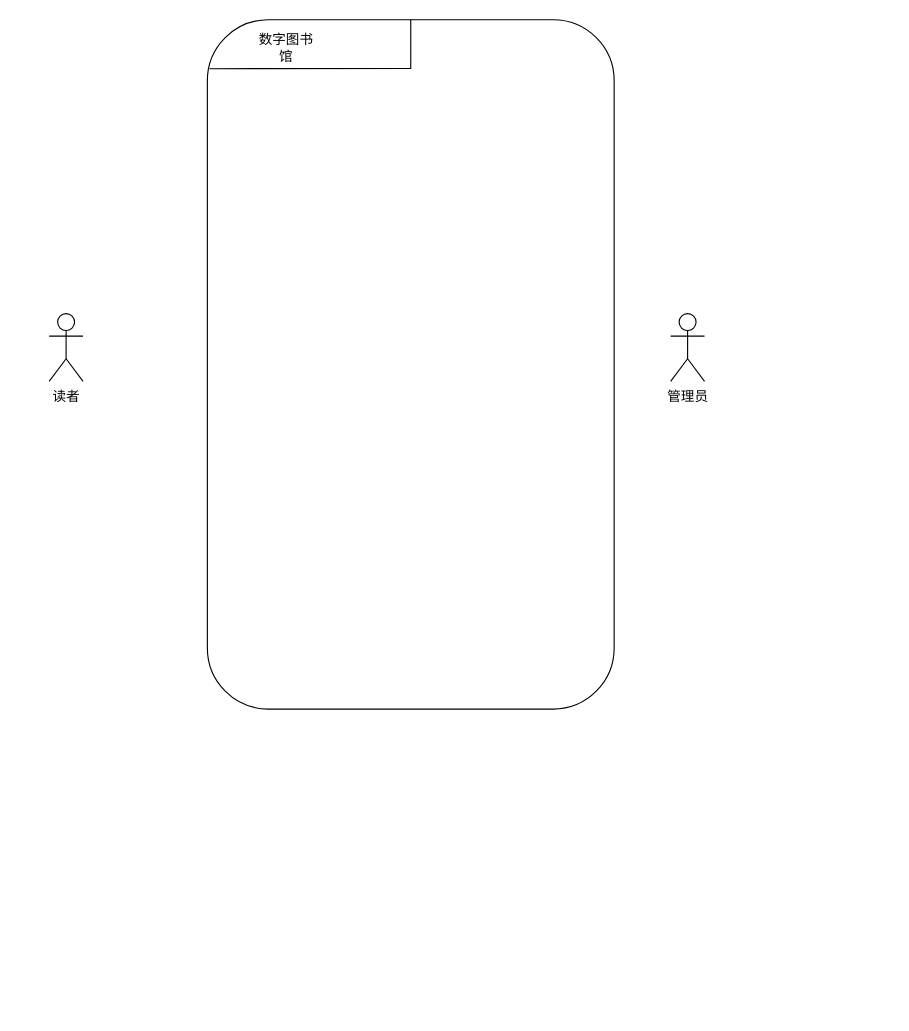
Earlier version of the draw.io diagram useCaseDiagram/数字图书馆用例图.drawio (Jinlkj/DrawIO). Source tidied: cells renumbered, new cells numbered last; positions are measured from the earlier drawing's top-left corner, leaving out a move shared by most shapes. Both pictures are drawn from the tidied source at 113%, with x=0, y=0 at pixel (49, 19).
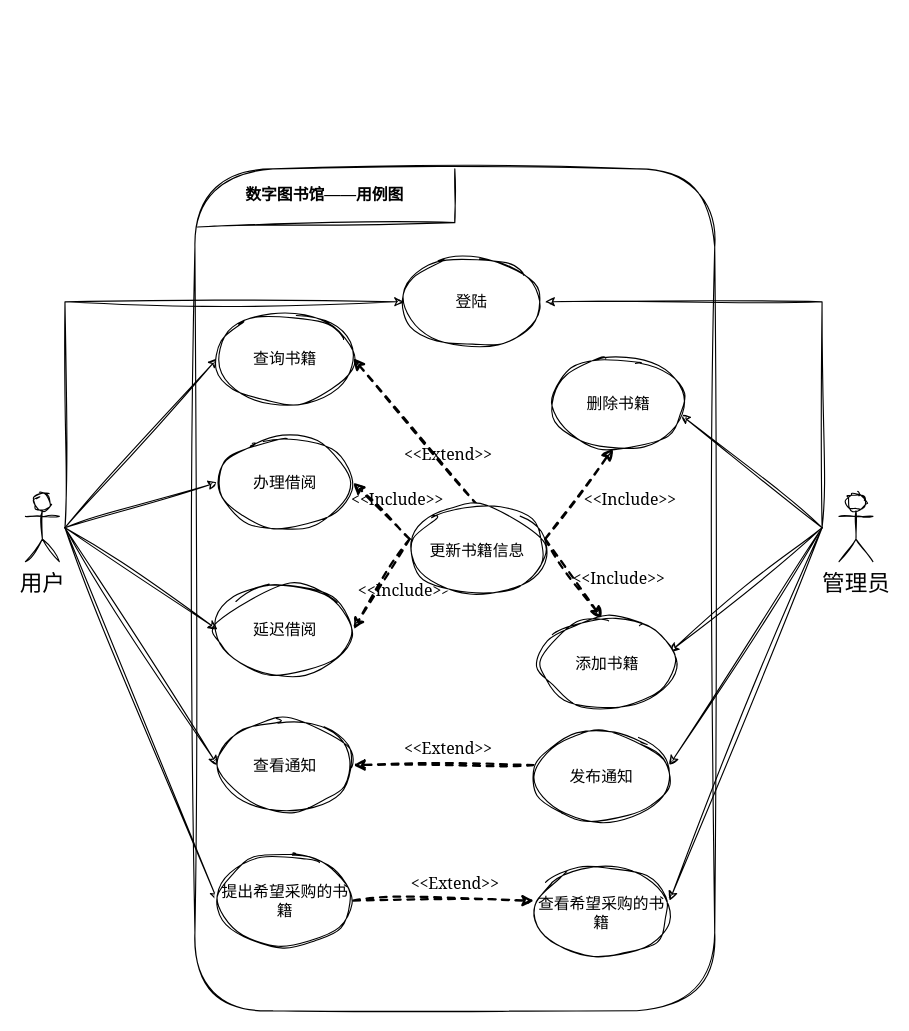
The same diagram, later.

Commit message (it also covers changes not shown here):
更新数字图书馆用例图.drawio

Diff of the diagram source:
```diff
@@
-    <mxCell id="2" value="读者" style="shape=umlActor;verticalLabelPosition=bottom;verticalAlign=top;html=1;" parent="1" vertex="1">
-      <mxGeometry y="260" width="30" height="60" as="geometry" />
-    </mxCell>
+    <mxCell id="7" style="rounded=1;whiteSpace=wrap;html=1;sketch=1;hachureGap=4;jiggle=2;curveFitting=1;fontFamily=Georgia;fontSize=14;" parent="1" vertex="1">
+      <mxGeometry x="129" y="132" width="460" height="745" as="geometry" />
+    </mxCell>
+    <mxCell id="8" style="rounded=0;sketch=1;hachureGap=4;jiggle=2;curveFitting=1;jettySize=auto;html=1;exitX=0.5;exitY=0.5;exitDx=0;exitDy=0;exitPerimeter=0;entryX=0;entryY=0.5;entryDx=0;entryDy=0;fontFamily=Georgia;fontSize=16;" parent="1" edge="1" target="32">
+      <mxGeometry relative="1" as="geometry">
+        <mxPoint x="14" y="449.5" as="sourcePoint" />
+      </mxGeometry>
+    </mxCell>
+    <mxCell id="9" style="rounded=0;sketch=1;hachureGap=4;jiggle=2;curveFitting=1;jettySize=auto;html=1;exitX=0.5;exitY=0.5;exitDx=0;exitDy=0;exitPerimeter=0;entryX=0;entryY=0.5;entryDx=0;entryDy=0;fontFamily=Georgia;fontSize=16;" parent="1" edge="1" target="33">
+      <mxGeometry relative="1" as="geometry">
+        <mxPoint x="14" y="449.5" as="sourcePoint" />
+      </mxGeometry>
+    </mxCell>
+    <mxCell id="10" style="rounded=0;sketch=1;hachureGap=4;jiggle=2;curveFitting=1;jettySize=auto;html=1;exitX=0.5;exitY=0.5;exitDx=0;exitDy=0;exitPerimeter=0;entryX=0;entryY=0.5;entryDx=0;entryDy=0;fontFamily=Georgia;fontSize=16;" parent="1" edge="1" target="34">
+      <mxGeometry relative="1" as="geometry">
+        <mxPoint x="14" y="449.5" as="sourcePoint" />
+      </mxGeometry>
+    </mxCell>
+    <mxCell id="11" style="rounded=0;sketch=1;hachureGap=4;jiggle=2;curveFitting=1;jettySize=auto;html=1;exitX=0.5;exitY=0.5;exitDx=0;exitDy=0;exitPerimeter=0;entryX=0;entryY=0.5;entryDx=0;entryDy=0;fontFamily=Georgia;fontSize=16;" parent="1" edge="1" target="35">
+      <mxGeometry relative="1" as="geometry">
+        <mxPoint x="14" y="449.5" as="sourcePoint" />
+      </mxGeometry>
+    </mxCell>
+    <mxCell id="12" style="rounded=0;sketch=1;hachureGap=4;jiggle=2;curveFitting=1;jettySize=auto;html=1;exitX=0.5;exitY=0.5;exitDx=0;exitDy=0;exitPerimeter=0;entryX=0;entryY=0.5;entryDx=0;entryDy=0;fontFamily=Georgia;fontSize=16;" parent="1" edge="1" target="36">
+      <mxGeometry relative="1" as="geometry">
+        <mxPoint x="14" y="449.5" as="sourcePoint" />
+      </mxGeometry>
+    </mxCell>
+    <mxCell id="13" style="edgeStyle=orthogonalEdgeStyle;rounded=0;orthogonalLoop=1;jettySize=auto;html=1;exitX=0.5;exitY=0.5;exitDx=0;exitDy=0;exitPerimeter=0;entryX=1;entryY=0.5;entryDx=0;entryDy=0;fontSize=16;strokeColor=default;strokeWidth=1;fontFamily=Georgia;sketch=1;hachureGap=4;jiggle=2;curveFitting=1;" parent="1" edge="1">
+      <mxGeometry relative="1" as="geometry">
+        <mxPoint x="684" y="449.5" as="sourcePoint" />
+        <mxPoint x="439" y="249.5" as="targetPoint" />
+        <Array as="points">
+          <mxPoint x="684" y="249.5" />
+        </Array>
+      </mxGeometry>
+    </mxCell>
+    <mxCell id="14" style="rounded=0;orthogonalLoop=1;jettySize=auto;html=1;exitX=0.5;exitY=0.5;exitDx=0;exitDy=0;exitPerimeter=0;entryX=1;entryY=0.5;entryDx=0;entryDy=0;fontSize=16;strokeColor=default;strokeWidth=1;fontFamily=Georgia;sketch=1;hachureGap=4;jiggle=2;curveFitting=1;" parent="1" edge="1">
+      <mxGeometry relative="1" as="geometry">
+        <mxPoint x="684" y="449.5" as="sourcePoint" />
+        <mxPoint x="559" y="349.5" as="targetPoint" />
+      </mxGeometry>
+    </mxCell>
+    <mxCell id="15" style="rounded=0;orthogonalLoop=1;jettySize=auto;html=1;exitX=0.5;exitY=0.5;exitDx=0;exitDy=0;exitPerimeter=0;entryX=1;entryY=0.5;entryDx=0;entryDy=0;fontSize=16;strokeColor=default;strokeWidth=1;fontFamily=Georgia;sketch=1;hachureGap=4;jiggle=2;curveFitting=1;" parent="1" edge="1">
+      <mxGeometry relative="1" as="geometry">
+        <mxPoint x="684" y="449.5" as="sourcePoint" />
+        <mxPoint x="549" y="559.5" as="targetPoint" />
+      </mxGeometry>
+    </mxCell>
+    <mxCell id="16" style="rounded=0;orthogonalLoop=1;jettySize=auto;html=1;exitX=0.5;exitY=0.5;exitDx=0;exitDy=0;exitPerimeter=0;entryX=1;entryY=0.5;entryDx=0;entryDy=0;fontSize=16;strokeColor=default;strokeWidth=1;fontFamily=Georgia;sketch=1;hachureGap=4;jiggle=2;curveFitting=1;" parent="1" edge="1">
+      <mxGeometry relative="1" as="geometry">
+        <mxPoint x="684" y="449.5" as="sourcePoint" />
+        <mxPoint x="549" y="659.5" as="targetPoint" />
+      </mxGeometry>
+    </mxCell>
+    <mxCell id="17" style="rounded=0;orthogonalLoop=1;jettySize=auto;html=1;exitX=0.5;exitY=0.5;exitDx=0;exitDy=0;exitPerimeter=0;entryX=1;entryY=0.5;entryDx=0;entryDy=0;fontSize=16;strokeColor=default;strokeWidth=1;fontFamily=Georgia;sketch=1;hachureGap=4;jiggle=2;curveFitting=1;" parent="1" edge="1">
+      <mxGeometry relative="1" as="geometry">
+        <mxPoint x="684" y="449.5" as="sourcePoint" />
+        <mxPoint x="549" y="779.5" as="targetPoint" />
+      </mxGeometry>
+    </mxCell>
+    <mxCell id="6" value="&lt;font style=&quot;font-size: 14px;&quot;&gt;&lt;b style=&quot;font-size: 14px;&quot;&gt;数字图书馆——用例图&lt;/b&gt;&lt;/font&gt;" style="text;html=1;strokeColor=none;fillColor=none;align=center;verticalAlign=middle;whiteSpace=wrap;rounded=0;fontSize=14;strokeWidth=2;fontColor=#000000;fontFamily=Georgia;" parent="1" vertex="1">
+      <mxGeometry x="159" y="139.5" width="170" height="30" as="geometry" />
+    </mxCell>
+    <mxCell id="18" style="edgeStyle=orthogonalEdgeStyle;rounded=0;orthogonalLoop=1;jettySize=auto;html=1;exitX=1;exitY=0.5;exitDx=0;exitDy=0;entryX=0;entryY=0.5;entryDx=0;entryDy=0;dashed=1;fontSize=14;strokeColor=default;strokeWidth=2;fontFamily=Georgia;sketch=1;hachureGap=4;jiggle=2;curveFitting=1;" parent="1" edge="1">
+      <mxGeometry relative="1" as="geometry">
+        <mxPoint x="269" y="779.5" as="sourcePoint" />
+        <mxPoint x="429" y="779.5" as="targetPoint" />
+      </mxGeometry>
+    </mxCell>
+    <mxCell id="19" style="rounded=0;orthogonalLoop=1;jettySize=auto;html=1;exitX=0;exitY=0.5;exitDx=0;exitDy=0;entryX=1;entryY=0.5;entryDx=0;entryDy=0;dashed=1;fontSize=14;strokeColor=default;strokeWidth=2;fontFamily=Georgia;sketch=1;hachureGap=4;jiggle=2;curveFitting=1;" parent="1" edge="1">
+      <mxGeometry relative="1" as="geometry">
+        <mxPoint x="429" y="659.5" as="sourcePoint" />
+        <mxPoint x="269" y="659.5" as="targetPoint" />
+      </mxGeometry>
+    </mxCell>
+    <mxCell id="20" value="&lt;font style=&quot;font-size: 14px;&quot;&gt;&amp;lt;&amp;lt;Extend&amp;gt;&amp;gt;&lt;/font&gt;" style="text;html=1;align=center;verticalAlign=middle;strokeColor=none;fillColor=none;fontSize=14;strokeWidth=2;rounded=0;fontColor=#000000;fontFamily=Georgia;" parent="1" vertex="1">
+      <mxGeometry x="302.5" y="629.5" width="100" height="30" as="geometry" />
+    </mxCell>
+    <mxCell id="21" style="rounded=0;orthogonalLoop=1;jettySize=auto;html=1;exitX=0.5;exitY=0;exitDx=0;exitDy=0;entryX=1;entryY=0.5;entryDx=0;entryDy=0;dashed=1;fontSize=14;strokeColor=default;strokeWidth=2;fontFamily=Georgia;sketch=1;hachureGap=4;jiggle=2;curveFitting=1;" parent="1" edge="1">
+      <mxGeometry relative="1" as="geometry">
+        <mxPoint x="379" y="429.5" as="sourcePoint" />
+        <mxPoint x="269" y="299.5" as="targetPoint" />
+      </mxGeometry>
+    </mxCell>
+    <mxCell id="22" style="rounded=0;orthogonalLoop=1;jettySize=auto;html=1;exitX=0;exitY=0.5;exitDx=0;exitDy=0;dashed=1;entryX=1;entryY=0.5;entryDx=0;entryDy=0;fontSize=14;strokeColor=default;strokeWidth=2;fontFamily=Georgia;sketch=1;hachureGap=4;jiggle=2;curveFitting=1;" parent="1" edge="1">
+      <mxGeometry relative="1" as="geometry">
+        <mxPoint x="319" y="459.5" as="sourcePoint" />
+        <mxPoint x="269" y="409.5" as="targetPoint" />
+      </mxGeometry>
+    </mxCell>
+    <mxCell id="23" style="rounded=0;orthogonalLoop=1;jettySize=auto;html=1;exitX=0;exitY=0.5;exitDx=0;exitDy=0;entryX=1;entryY=0.5;entryDx=0;entryDy=0;dashed=1;fontSize=14;strokeColor=default;strokeWidth=2;fontFamily=Georgia;sketch=1;hachureGap=4;jiggle=2;curveFitting=1;" parent="1" edge="1">
+      <mxGeometry relative="1" as="geometry">
+        <mxPoint x="319" y="459.5" as="sourcePoint" />
+        <mxPoint x="269" y="539.5" as="targetPoint" />
+      </mxGeometry>
+    </mxCell>
+    <mxCell id="24" style="rounded=0;orthogonalLoop=1;jettySize=auto;html=1;exitX=1;exitY=0.5;exitDx=0;exitDy=0;entryX=0.5;entryY=1;entryDx=0;entryDy=0;dashed=1;fontSize=14;strokeColor=default;strokeWidth=2;fontFamily=Georgia;sketch=1;hachureGap=4;jiggle=2;curveFitting=1;" parent="1" edge="1">
+      <mxGeometry relative="1" as="geometry">
+        <mxPoint x="439" y="459.5" as="sourcePoint" />
+        <mxPoint x="499" y="379.5" as="targetPoint" />
+      </mxGeometry>
+    </mxCell>
+    <mxCell id="25" style="rounded=0;orthogonalLoop=1;jettySize=auto;html=1;exitX=1;exitY=0.5;exitDx=0;exitDy=0;entryX=0.5;entryY=0;entryDx=0;entryDy=0;dashed=1;fontSize=14;strokeColor=default;strokeWidth=2;fontFamily=Georgia;sketch=1;hachureGap=4;jiggle=2;curveFitting=1;" parent="1" edge="1">
+      <mxGeometry relative="1" as="geometry">
+        <mxPoint x="439" y="459.5" as="sourcePoint" />
+        <mxPoint x="489" y="529.5" as="targetPoint" />
+      </mxGeometry>
+    </mxCell>
+    <mxCell id="26" value="&lt;font style=&quot;font-size: 14px;&quot;&gt;&amp;lt;&amp;lt;Extend&amp;gt;&amp;gt;&lt;/font&gt;" style="text;html=1;align=center;verticalAlign=middle;strokeColor=none;fillColor=none;fontSize=14;strokeWidth=2;rounded=0;fontColor=#000000;fontFamily=Georgia;" parent="1" vertex="1">
+      <mxGeometry x="303" y="369.5" width="100" height="30" as="geometry" />
+    </mxCell>
+    <mxCell id="27" value="&lt;font style=&quot;font-size: 14px;&quot;&gt;&amp;lt;&amp;lt;Include&amp;gt;&amp;gt;&lt;/font&gt;" style="text;html=1;align=center;verticalAlign=middle;strokeColor=none;fillColor=none;fontSize=14;strokeWidth=2;rounded=0;fontColor=#000000;fontFamily=Georgia;" parent="1" vertex="1">
+      <mxGeometry x="253" y="409.5" width="110" height="30" as="geometry" />
+    </mxCell>
+    <mxCell id="28" value="&lt;font style=&quot;font-size: 14px;&quot;&gt;&amp;lt;&amp;lt;Include&amp;gt;&amp;gt;&lt;/font&gt;" style="text;html=1;align=center;verticalAlign=middle;strokeColor=none;fillColor=none;fontSize=14;strokeWidth=2;rounded=0;fontColor=#000000;fontFamily=Georgia;" parent="1" vertex="1">
+      <mxGeometry x="259" y="489.5" width="110" height="30" as="geometry" />
+    </mxCell>
+    <mxCell id="29" value="&lt;font style=&quot;font-size: 14px;&quot;&gt;&amp;lt;&amp;lt;Extend&amp;gt;&amp;gt;&lt;/font&gt;" style="text;html=1;align=center;verticalAlign=middle;strokeColor=none;fillColor=none;fontSize=14;strokeWidth=2;rounded=0;fontColor=#000000;fontFamily=Georgia;" parent="1" vertex="1">
+      <mxGeometry x="309" y="749.5" width="100" height="30" as="geometry" />
+    </mxCell>
+    <mxCell id="30" value="&lt;font style=&quot;font-size: 14px;&quot;&gt;&amp;lt;&amp;lt;Include&amp;gt;&amp;gt;&lt;/font&gt;" style="text;html=1;align=center;verticalAlign=middle;strokeColor=none;fillColor=none;fontSize=14;strokeWidth=2;rounded=0;fontColor=#000000;fontFamily=Georgia;" parent="1" vertex="1">
+      <mxGeometry x="449" y="479.5" width="110" height="30" as="geometry" />
+    </mxCell>
+    <mxCell id="31" value="&lt;font style=&quot;font-size: 14px;&quot;&gt;&amp;lt;&amp;lt;Include&amp;gt;&amp;gt;&lt;/font&gt;" style="text;html=1;align=center;verticalAlign=middle;strokeColor=none;fillColor=none;fontSize=14;strokeWidth=2;rounded=0;fontColor=#000000;fontFamily=Georgia;" parent="1" vertex="1">
+      <mxGeometry x="459" y="409.5" width="110" height="30" as="geometry" />
+    </mxCell>
+    <mxCell id="32" value="查询书籍" style="ellipse;whiteSpace=wrap;html=1;sketch=1;hachureGap=4;jiggle=2;curveFitting=1;fontFamily=Georgia;fontSize=14;" parent="1" vertex="1">
+      <mxGeometry x="149" y="259.5" width="120" height="80" as="geometry" />
+    </mxCell>
+    <mxCell id="33" value="办理借阅" style="ellipse;whiteSpace=wrap;html=1;sketch=1;hachureGap=4;jiggle=2;curveFitting=1;fontFamily=Georgia;fontSize=14;" parent="1" vertex="1">
+      <mxGeometry x="149" y="369.5" width="120" height="80" as="geometry" />
+    </mxCell>
+    <mxCell id="34" value="延迟借阅" style="ellipse;whiteSpace=wrap;html=1;sketch=1;hachureGap=4;jiggle=2;curveFitting=1;fontFamily=Georgia;fontSize=14;" parent="1" vertex="1">
+      <mxGeometry x="149" y="499.5" width="120" height="80" as="geometry" />
+    </mxCell>
+    <mxCell id="35" value="查看通知" style="ellipse;whiteSpace=wrap;html=1;sketch=1;hachureGap=4;jiggle=2;curveFitting=1;fontFamily=Georgia;fontSize=14;" parent="1" vertex="1">
+      <mxGeometry x="149" y="619.5" width="120" height="80" as="geometry" />
+    </mxCell>
+    <mxCell id="36" value="提出希望采购的书籍" style="ellipse;whiteSpace=wrap;html=1;sketch=1;hachureGap=4;jiggle=2;curveFitting=1;fontFamily=Georgia;fontSize=14;" parent="1" vertex="1">
+      <mxGeometry x="149" y="739.5" width="120" height="80" as="geometry" />
+    </mxCell>
+    <mxCell id="37" value="删除书籍" style="ellipse;whiteSpace=wrap;html=1;sketch=1;hachureGap=4;jiggle=2;curveFitting=1;fontFamily=Georgia;fontSize=14;" parent="1" vertex="1">
+      <mxGeometry x="444" y="299.5" width="120" height="80" as="geometry" />
+    </mxCell>
+    <mxCell id="38" value="添加书籍" style="ellipse;whiteSpace=wrap;html=1;sketch=1;hachureGap=4;jiggle=2;curveFitting=1;fontFamily=Georgia;fontSize=14;" parent="1" vertex="1">
+      <mxGeometry x="434" y="529.5" width="120" height="80" as="geometry" />
+    </mxCell>
+    <mxCell id="39" value="发布通知" style="ellipse;whiteSpace=wrap;html=1;sketch=1;hachureGap=4;jiggle=2;curveFitting=1;fontFamily=Georgia;fontSize=14;" parent="1" vertex="1">
+      <mxGeometry x="429" y="629.5" width="120" height="80" as="geometry" />
+    </mxCell>
+    <mxCell id="40" value="查看希望采购的书籍" style="ellipse;whiteSpace=wrap;html=1;sketch=1;hachureGap=4;jiggle=2;curveFitting=1;fontFamily=Georgia;fontSize=14;" parent="1" vertex="1">
+      <mxGeometry x="429" y="749.5" width="120" height="80" as="geometry" />
+    </mxCell>
+    <mxCell id="41" value="更新书籍信息" style="ellipse;whiteSpace=wrap;html=1;sketch=1;hachureGap=4;jiggle=2;curveFitting=1;fontFamily=Georgia;fontSize=14;" parent="1" vertex="1">
+      <mxGeometry x="319" y="429.5" width="120" height="80" as="geometry" />
+    </mxCell>
+    <mxCell id="42" value="登陆" style="ellipse;whiteSpace=wrap;html=1;sketch=1;hachureGap=4;jiggle=2;curveFitting=1;fontFamily=Georgia;fontSize=14;" parent="1" vertex="1">
+      <mxGeometry x="314" y="209.5" width="120" height="80" as="geometry" />
+    </mxCell>
+    <mxCell id="43" value="用户" style="shape=umlActor;verticalLabelPosition=bottom;verticalAlign=top;html=1;sketch=1;hachureGap=4;jiggle=2;curveFitting=1;fontFamily=Georgia;fontSize=20;" parent="1" vertex="1">
+      <mxGeometry x="-21" y="419.5" width="30" height="60" as="geometry" />
+    </mxCell>
+    <mxCell id="44" style="endArrow=none;html=1;rounded=0;sketch=1;hachureGap=4;jiggle=2;curveFitting=1;fontFamily=Georgia;fontSize=14;exitX=0.005;exitY=0.069;exitDx=0;exitDy=0;exitPerimeter=0;entryX=0.5;entryY=0;entryDx=0;entryDy=0;" parent="1" edge="1" source="7" target="7">
+      <mxGeometry relative="1" as="geometry">
+        <Array as="points">
+          <mxPoint x="359" y="179.5" />
+        </Array>
+      </mxGeometry>
+    </mxCell>
+    <mxCell id="45" style="edgeStyle=orthogonalEdgeStyle;rounded=0;sketch=1;hachureGap=4;jiggle=2;curveFitting=1;jettySize=auto;html=1;exitX=0.5;exitY=0.5;exitDx=0;exitDy=0;exitPerimeter=0;entryX=0;entryY=0.5;entryDx=0;entryDy=0;fontFamily=Georgia;fontSize=16;" parent="1" edge="1" target="42">
+      <mxGeometry relative="1" as="geometry">
+        <mxPoint x="14" y="449.5" as="sourcePoint" />
+        <Array as="points">
+          <mxPoint x="14" y="249.5" />
+        </Array>
+      </mxGeometry>
+    </mxCell>
-    <mxCell id="3" value="管理员" style="shape=umlActor;verticalLabelPosition=bottom;verticalAlign=top;html=1;" parent="1" vertex="1">
-      <mxGeometry x="550" y="260" width="30" height="60" as="geometry" />
+    <mxCell id="3" value="管理员" style="shape=umlActor;verticalLabelPosition=bottom;verticalAlign=top;html=1;sketch=1;hachureGap=4;jiggle=2;curveFitting=1;fontFamily=Georgia;fontSize=20;" parent="1" vertex="1">
+      <mxGeometry x="699" y="419.5" width="30" height="60" as="geometry" />
     </mxCell>
-    <mxCell id="4" style="rounded=1;whiteSpace=wrap;html=1;" parent="1" vertex="1">
-      <mxGeometry x="140" width="360" height="610" as="geometry" />
-    </mxCell>
-    <mxCell id="5" style="endArrow=none;html=1;rounded=0;exitX=0.005;exitY=0.071;exitDx=0;exitDy=0;exitPerimeter=0;entryX=0.5;entryY=0;entryDx=0;entryDy=0;" parent="1" edge="1" source="4" target="4">
-      <mxGeometry relative="1" as="geometry">
-        <Array as="points">
-          <mxPoint x="320" y="43" />
-        </Array>
-      </mxGeometry>
-    </mxCell>
-    <mxCell id="6" value="数字图书馆" style="text;html=1;strokeColor=none;fillColor=none;align=center;verticalAlign=middle;whiteSpace=wrap;rounded=0;" parent="1" vertex="1">
-      <mxGeometry x="180" y="10" width="60" height="30" as="geometry" />
-    </mxCell>
```
